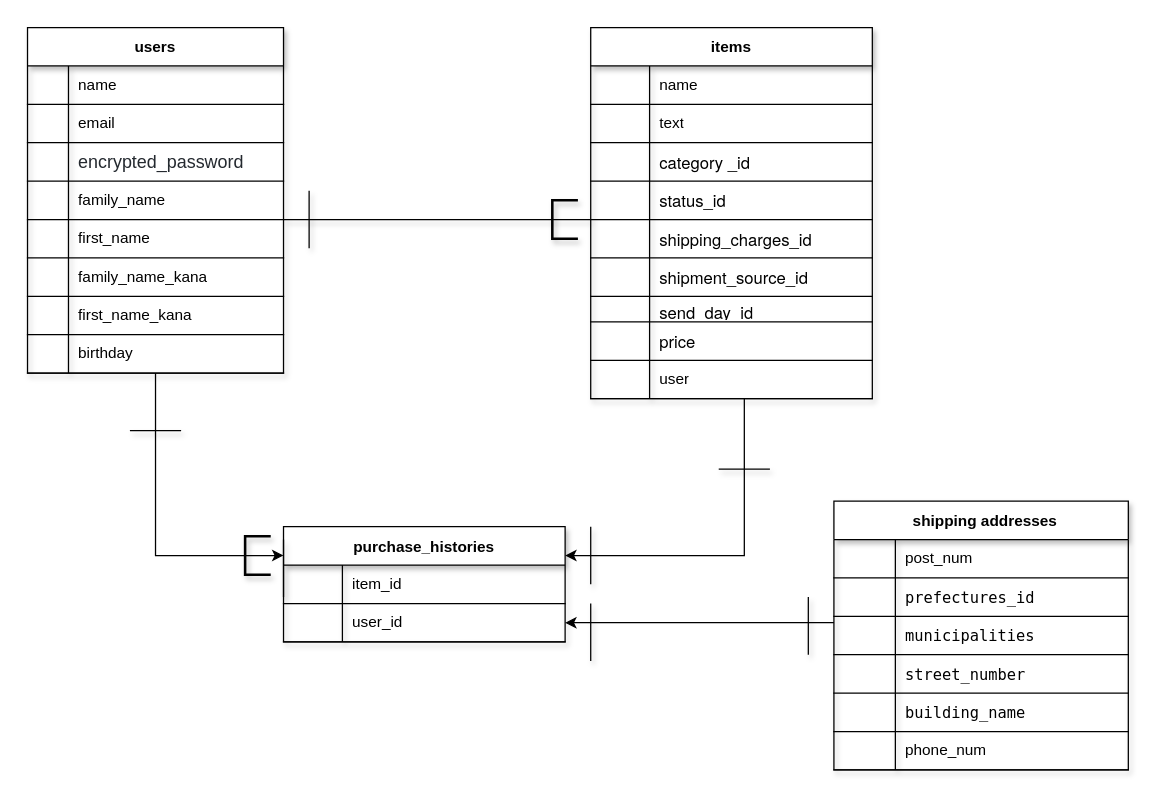
Before: er.dio in hoshino103/furima-36896, a draw.io diagram. Source tidied: cells renumbered, new cells numbered last; positions are measured from the earlier drawing's top-left corner, leaving out a move shared by most shapes. Both pictures are drawn from the tidied source at 128%, with x=0, y=0 at pixel (27, 27).
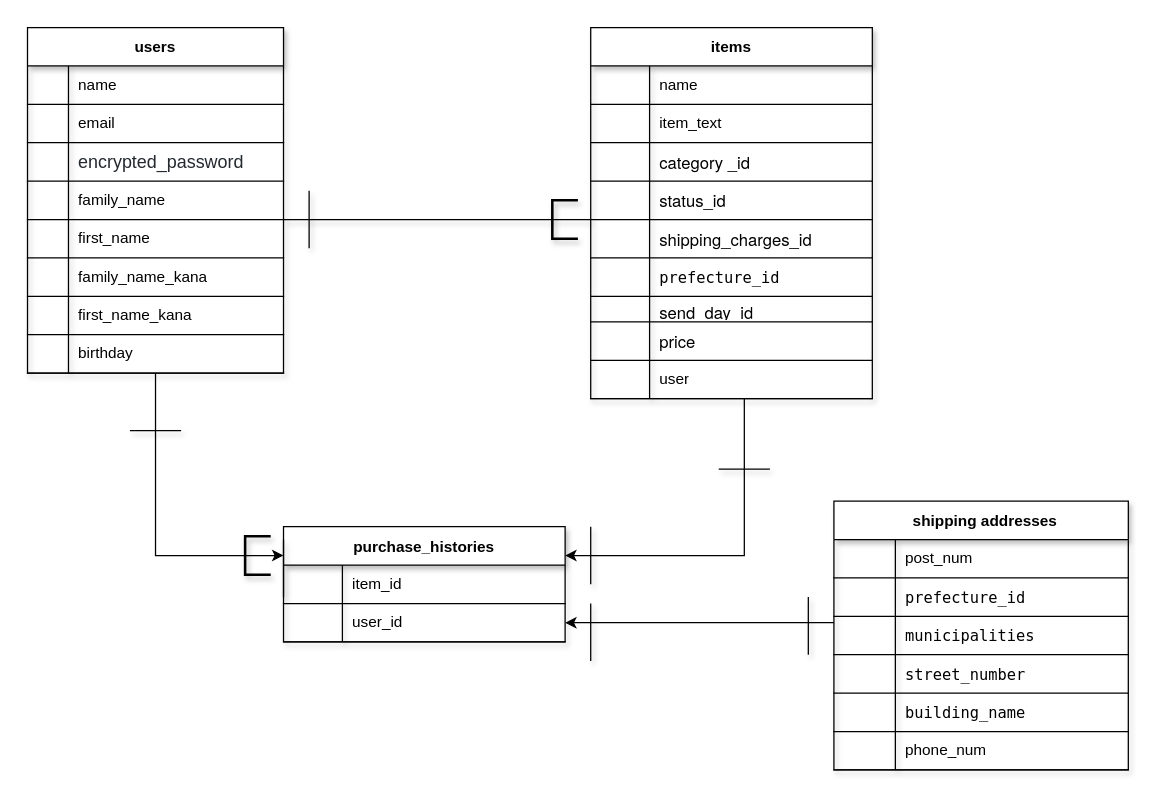
After the change.

Commit message (it also covers changes not shown here):
カラム名、文字型の修正

The change refers to these unchanged cells:
```xml
<mxCell id="7" style="shape=partialRectangle;html=1;whiteSpace=wrap;fillColor=none;top=0;left=0;bottom=1;right=0;" parent="3" vertex="1">
  <mxGeometry y="60" width="220" height="30" as="geometry" />
</mxCell>
<mxCell id="19" style="shape=partialRectangle;html=1;whiteSpace=wrap;fillColor=none;top=0;left=0;bottom=1;right=0;" parent="3" vertex="1">
  <mxGeometry y="180" width="220" height="30" as="geometry" />
</mxCell>
<mxCell id="69" style="shape=partialRectangle;html=1;whiteSpace=wrap;fillColor=none;top=0;left=0;bottom=1;right=0;" parent="65" vertex="1">
  <mxGeometry y="60" width="230" height="30" as="geometry" />
</mxCell>
```

Change to the diagram source:
```diff
@@
-    <mxCell id="9" value="text" style="shape=partialRectangle;html=1;whiteSpace=wrap;fillColor=none;top=0;left=0;bottom=0;right=0;align=left;spacingLeft=6;overflow=hidden;" parent="7" vertex="1">
+    <mxCell id="9" value="item_text" style="shape=partialRectangle;html=1;whiteSpace=wrap;fillColor=none;top=0;left=0;bottom=0;right=0;align=left;spacingLeft=6;overflow=hidden;" parent="7" vertex="1">
       <mxGeometry x="46" width="174" height="30" as="geometry" />
     </mxCell>
@@
-    <mxCell id="21" value="&lt;p class=&quot;p1&quot; style=&quot;margin: 0px ; font-stretch: normal ; font-size: 13px ; line-height: normal ; font-family: &amp;#34;helvetica neue&amp;#34;&quot;&gt;shipment_source_id&lt;/p&gt;" style="shape=partialRectangle;html=1;whiteSpace=wrap;fillColor=none;top=0;left=0;bottom=0;right=0;align=left;spacingLeft=6;overflow=hidden;" parent="19" vertex="1">
+    <mxCell id="21" value="&lt;div style=&quot;background-color: rgb(255 , 255 , 255) ; font-family: &amp;#34;menlo&amp;#34; , &amp;#34;monaco&amp;#34; , &amp;#34;courier new&amp;#34; , monospace ; line-height: 18px&quot;&gt;prefecture_id&lt;/div&gt;" style="shape=partialRectangle;html=1;whiteSpace=wrap;fillColor=none;top=0;left=0;bottom=0;right=0;align=left;spacingLeft=6;overflow=hidden;" parent="19" vertex="1">
       <mxGeometry x="46" width="174" height="30" as="geometry" />
     </mxCell>
@@
-    <mxCell id="71" value="&lt;div style=&quot;background-color: rgb(255 , 255 , 255) ; font-family: &amp;#34;menlo&amp;#34; , &amp;#34;monaco&amp;#34; , &amp;#34;courier new&amp;#34; , monospace ; line-height: 18px&quot;&gt;&lt;div style=&quot;font-family: &amp;#34;menlo&amp;#34; , &amp;#34;monaco&amp;#34; , &amp;#34;courier new&amp;#34; , monospace ; line-height: 18px&quot;&gt;prefectures_id&lt;/div&gt;&lt;/div&gt;" style="shape=partialRectangle;html=1;whiteSpace=wrap;fillColor=none;top=0;left=0;bottom=0;right=0;align=left;spacingLeft=6;overflow=hidden;" parent="69" vertex="1">
+    <mxCell id="71" value="&lt;div style=&quot;background-color: rgb(255 , 255 , 255) ; font-family: &amp;#34;menlo&amp;#34; , &amp;#34;monaco&amp;#34; , &amp;#34;courier new&amp;#34; , monospace ; line-height: 18px&quot;&gt;&lt;div style=&quot;font-family: &amp;#34;menlo&amp;#34; , &amp;#34;monaco&amp;#34; , &amp;#34;courier new&amp;#34; , monospace ; line-height: 18px&quot;&gt;prefecture_id&lt;/div&gt;&lt;/div&gt;" style="shape=partialRectangle;html=1;whiteSpace=wrap;fillColor=none;top=0;left=0;bottom=0;right=0;align=left;spacingLeft=6;overflow=hidden;" parent="69" vertex="1">
       <mxGeometry x="48" width="182" height="30" as="geometry" />
     </mxCell>
```
